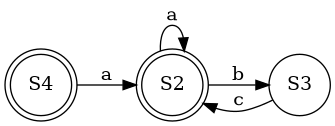
Above: main.png in Tradewcs/diploma (Graphviz), before the change. Its source is kept beside it as main.gv.
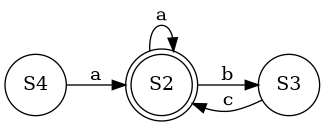
Later version of the same file.

Change to the diagram source:
```diff
@@ -2,7 +2,6 @@
 	rankdir=LR;
 	node [shape=circle];
 	S2 [shape=doublecircle];
-	S4 [shape=doublecircle];
 	S2 -> S2 [label="a"];
 	S2 -> S3 [label="b"];
 	S3 -> S2 [label="c"];
```
